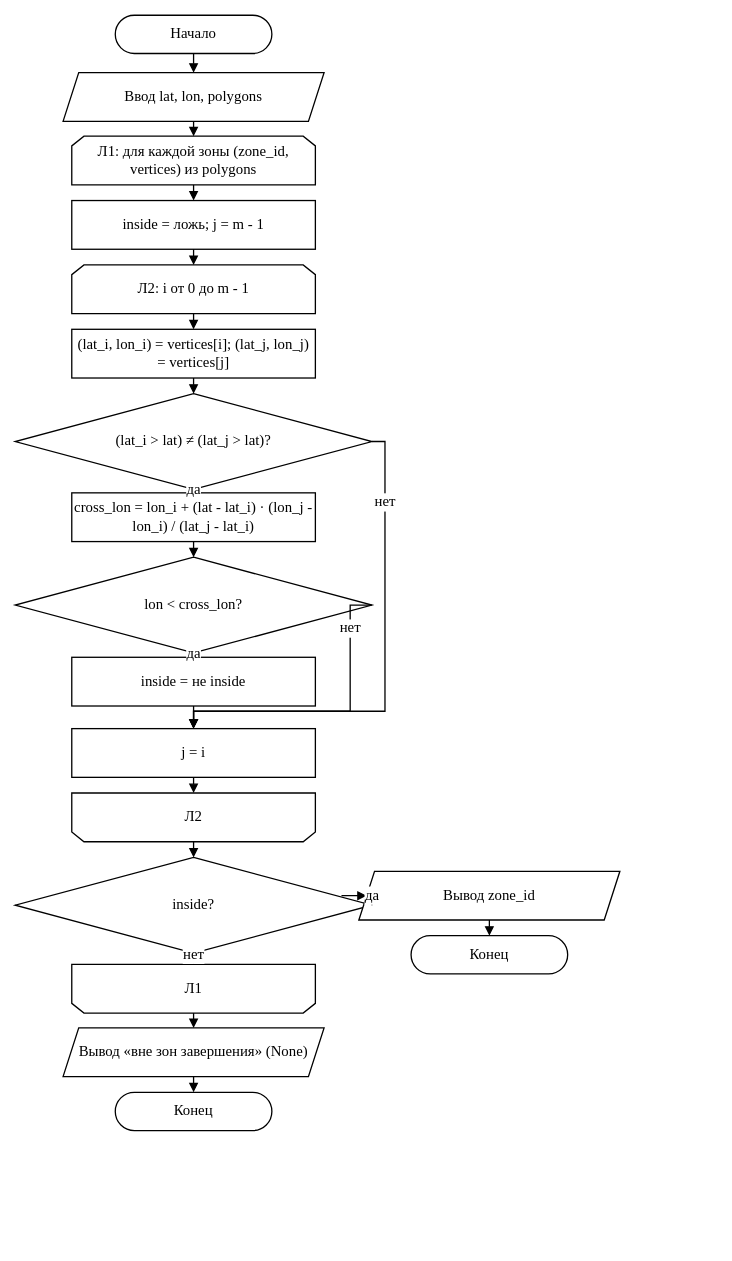
Above: models/algo_1.drawio in K1rL3s/mirea-ucheb-prak (draw.io), before the change. Source tidied: cells renumbered, new cells numbered last; positions are measured from the earlier drawing's top-left corner, leaving out a move shared by most shapes. Both pictures are drawn from the tidied source at 87%, with x=0, y=0 at pixel (15, 15).
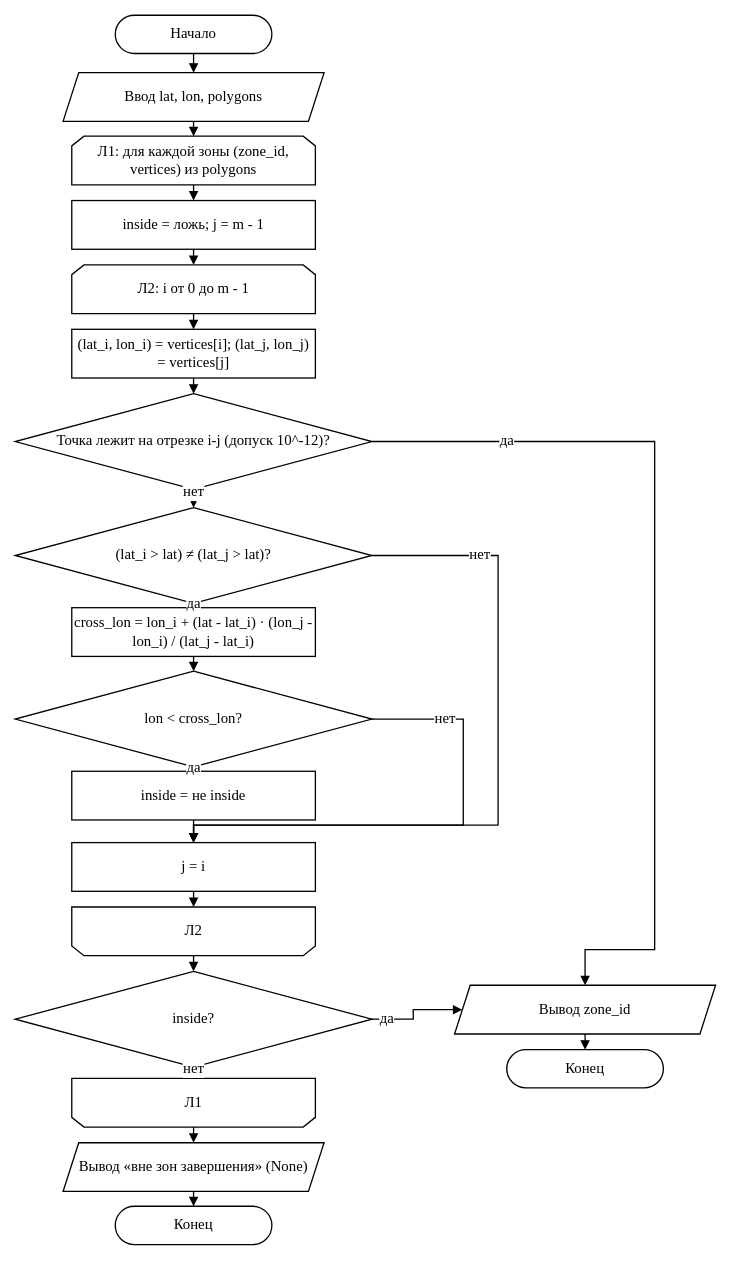
After the change.

The change refers to these unchanged cells:
```xml
<mxCell id="7" value="(lat_i, lon_i) = vertices[i]; (lat_j, lon_j) = vertices[j]" style="rounded=0;whiteSpace=wrap;html=1;fontSize=17;fontFamily=Times New Roman;strokeWidth=1.5;" parent="1" vertex="1">
  <mxGeometry x="65" y="361" width="280" height="56" as="geometry" />
</mxCell>
```

The edit, as a diff of the source:
```diff
@@
+    <mxCell id="39" value="Точка лежит на отрезке i-j (допуск 10^-12)?" style="rhombus;whiteSpace=wrap;html=1;fontSize=17;fontFamily=Times New Roman;strokeWidth=1.5;" parent="1" vertex="1">
+      <mxGeometry y="435" width="410" height="110" as="geometry" />
+    </mxCell>
     <mxCell id="8" value="(lat_i &amp;gt; lat) ≠ (lat_j &amp;gt; lat)?" style="rhombus;whiteSpace=wrap;html=1;fontSize=17;fontFamily=Times New Roman;strokeWidth=1.5;" parent="1" vertex="1">
-      <mxGeometry y="435" width="410" height="110" as="geometry" />
+      <mxGeometry y="566" width="410" height="110" as="geometry" />
     </mxCell>
     <mxCell id="9" value="cross_lon = lon_i + (lat - lat_i) · (lon_j - lon_i) / (lat_j - lat_i)" style="rounded=0;whiteSpace=wrap;html=1;fontSize=17;fontFamily=Times New Roman;strokeWidth=1.5;" parent="1" vertex="1">
-      <mxGeometry x="65" y="549" width="280" height="56" as="geometry" />
+      <mxGeometry x="65" y="681" width="280" height="56" as="geometry" />
     </mxCell>
     <mxCell id="10" value="lon &amp;lt; cross_lon?" style="rhombus;whiteSpace=wrap;html=1;fontSize=17;fontFamily=Times New Roman;strokeWidth=1.5;" parent="1" vertex="1">
-      <mxGeometry y="623" width="410" height="110" as="geometry" />
+      <mxGeometry y="754" width="410" height="110" as="geometry" />
     </mxCell>
     <mxCell id="11" value="inside = не inside" style="rounded=0;whiteSpace=wrap;html=1;fontSize=17;fontFamily=Times New Roman;strokeWidth=1.5;" parent="1" vertex="1">
-      <mxGeometry x="65" y="738" width="280" height="56" as="geometry" />
+      <mxGeometry x="65" y="869" width="280" height="56" as="geometry" />
     </mxCell>
     <mxCell id="12" value="j = i" style="rounded=0;whiteSpace=wrap;html=1;fontSize=17;fontFamily=Times New Roman;strokeWidth=1.5;" parent="1" vertex="1">
-      <mxGeometry x="65" y="820" width="280" height="56" as="geometry" />
+      <mxGeometry x="65" y="951" width="280" height="56" as="geometry" />
     </mxCell>
     <mxCell id="13" value="Л2" style="shape=loopLimit;whiteSpace=wrap;html=1;size=14;flipV=1;fontSize=17;fontFamily=Times New Roman;strokeWidth=1.5;" parent="1" vertex="1">
-      <mxGeometry x="65" y="894" width="280" height="56" as="geometry" />
+      <mxGeometry x="65" y="1025" width="280" height="56" as="geometry" />
     </mxCell>
     <mxCell id="14" value="inside?" style="rhombus;whiteSpace=wrap;html=1;fontSize=17;fontFamily=Times New Roman;strokeWidth=1.5;" parent="1" vertex="1">
-      <mxGeometry y="968" width="410" height="110" as="geometry" />
+      <mxGeometry y="1099" width="410" height="110" as="geometry" />
     </mxCell>
     <mxCell id="15" value="Вывод zone_id" style="shape=parallelogram;perimeter=parallelogramPerimeter;fixedSize=1;size=18;whiteSpace=wrap;html=1;fontSize=17;fontFamily=Times New Roman;strokeWidth=1.5;" parent="1" vertex="1">
-      <mxGeometry x="395" y="984" width="300" height="56" as="geometry" />
+      <mxGeometry x="505" y="1115" width="300" height="56" as="geometry" />
     </mxCell>
     <mxCell id="16" value="Конец" style="rounded=1;arcSize=50;whiteSpace=wrap;html=1;fontSize=17;fontFamily=Times New Roman;strokeWidth=1.5;" parent="1" vertex="1">
-      <mxGeometry x="455" y="1058" width="180" height="44" as="geometry" />
+      <mxGeometry x="565" y="1189" width="180" height="44" as="geometry" />
     </mxCell>
     <mxCell id="17" value="Л1" style="shape=loopLimit;whiteSpace=wrap;html=1;size=14;flipV=1;fontSize=17;fontFamily=Times New Roman;strokeWidth=1.5;" parent="1" vertex="1">
-      <mxGeometry x="65" y="1091" width="280" height="56" as="geometry" />
+      <mxGeometry x="65" y="1222" width="280" height="56" as="geometry" />
     </mxCell>
     <mxCell id="18" value="Вывод «вне зон завершения» (None)" style="shape=parallelogram;perimeter=parallelogramPerimeter;fixedSize=1;size=18;whiteSpace=wrap;html=1;fontSize=17;fontFamily=Times New Roman;strokeWidth=1.5;" parent="1" vertex="1">
-      <mxGeometry x="55" y="1164" width="300" height="56" as="geometry" />
+      <mxGeometry x="55" y="1296" width="300" height="56" as="geometry" />
     </mxCell>
     <mxCell id="19" value="Конец" style="rounded=1;arcSize=50;whiteSpace=wrap;html=1;fontSize=17;fontFamily=Times New Roman;strokeWidth=1.5;" parent="1" vertex="1">
-      <mxGeometry x="115" y="1238" width="180" height="44" as="geometry" />
+      <mxGeometry x="115" y="1369" width="180" height="44" as="geometry" />
     </mxCell>
@@
-    <mxCell id="25" style="edgeStyle=orthogonalEdgeStyle;rounded=0;html=1;endArrow=block;endFill=1;endSize=7;strokeWidth=1.5;fontSize=17;fontFamily=Times New Roman;exitX=0.5;exitY=1;exitDx=0;exitDy=0;entryX=0.5;entryY=0;entryDx=0;entryDy=0;labelBackgroundColor=#ffffff;" parent="1" edge="1" source="7" target="8">
+    <mxCell id="25" style="edgeStyle=orthogonalEdgeStyle;rounded=0;html=1;endArrow=block;endFill=1;endSize=7;strokeWidth=1.5;fontSize=17;fontFamily=Times New Roman;exitX=0.5;exitY=1;exitDx=0;exitDy=0;entryX=0.5;entryY=0;entryDx=0;entryDy=0;labelBackgroundColor=#ffffff;" parent="1" edge="1" source="7" target="39">
       <mxGeometry x="-0.7" relative="1" as="geometry" />
     </mxCell>
-    <mxCell id="26" value="да" style="edgeStyle=orthogonalEdgeStyle;rounded=0;html=1;endArrow=block;endFill=1;endSize=7;strokeWidth=1.5;fontSize=17;fontFamily=Times New Roman;exitX=0.5;exitY=1;exitDx=0;exitDy=0;entryX=0.5;entryY=0;entryDx=0;entryDy=0;labelBackgroundColor=#ffffff;" parent="1" edge="1" source="8" target="9">
+    <mxCell id="26" value="нет" style="edgeStyle=orthogonalEdgeStyle;rounded=0;html=1;endArrow=block;endFill=1;endSize=7;strokeWidth=1.5;fontSize=17;fontFamily=Times New Roman;exitX=0.5;exitY=1;exitDx=0;exitDy=0;entryX=0.5;entryY=0;entryDx=0;entryDy=0;labelBackgroundColor=#ffffff;" parent="1" edge="1" source="39" target="8">
       <mxGeometry x="-0.7" relative="1" as="geometry" />
     </mxCell>
-    <mxCell id="27" style="edgeStyle=orthogonalEdgeStyle;rounded=0;html=1;endArrow=block;endFill=1;endSize=7;strokeWidth=1.5;fontSize=17;fontFamily=Times New Roman;exitX=0.5;exitY=1;exitDx=0;exitDy=0;entryX=0.5;entryY=0;entryDx=0;entryDy=0;labelBackgroundColor=#ffffff;" parent="1" edge="1" source="9" target="10">
-      <mxGeometry x="-0.7" relative="1" as="geometry" />
+    <mxCell id="27" value="да" style="edgeStyle=orthogonalEdgeStyle;rounded=0;html=1;endArrow=block;endFill=1;endSize=7;strokeWidth=1.5;fontSize=17;fontFamily=Times New Roman;exitX=1;exitY=0.5;exitDx=0;exitDy=0;entryX=0.5;entryY=0;entryDx=0;entryDy=0;labelBackgroundColor=#ffffff;" parent="1" edge="1" source="39" target="15">
+      <mxGeometry x="-0.7" relative="1" as="geometry">
+        <Array as="points">
+          <mxPoint x="735" y="490" />
+          <mxPoint x="735" y="1074" />
+          <mxPoint x="655" y="1074" />
+        </Array>
+      </mxGeometry>
     </mxCell>
-    <mxCell id="28" value="да" style="edgeStyle=orthogonalEdgeStyle;rounded=0;html=1;endArrow=block;endFill=1;endSize=7;strokeWidth=1.5;fontSize=17;fontFamily=Times New Roman;exitX=0.5;exitY=1;exitDx=0;exitDy=0;entryX=0.5;entryY=0;entryDx=0;entryDy=0;labelBackgroundColor=#ffffff;" parent="1" edge="1" source="10" target="11">
+    <mxCell id="28" value="да" style="edgeStyle=orthogonalEdgeStyle;rounded=0;html=1;endArrow=block;endFill=1;endSize=7;strokeWidth=1.5;fontSize=17;fontFamily=Times New Roman;exitX=0.5;exitY=1;exitDx=0;exitDy=0;entryX=0.5;entryY=0;entryDx=0;entryDy=0;labelBackgroundColor=#ffffff;" parent="1" edge="1" source="8" target="9">
       <mxGeometry x="-0.7" relative="1" as="geometry" />
     </mxCell>
-    <mxCell id="29" style="edgeStyle=orthogonalEdgeStyle;rounded=0;html=1;endArrow=block;endFill=1;endSize=7;strokeWidth=1.5;fontSize=17;fontFamily=Times New Roman;exitX=0.5;exitY=1;exitDx=0;exitDy=0;entryX=0.5;entryY=0;entryDx=0;entryDy=0;labelBackgroundColor=#ffffff;" parent="1" edge="1" source="11" target="12">
+    <mxCell id="29" style="edgeStyle=orthogonalEdgeStyle;rounded=0;html=1;endArrow=block;endFill=1;endSize=7;strokeWidth=1.5;fontSize=17;fontFamily=Times New Roman;exitX=0.5;exitY=1;exitDx=0;exitDy=0;entryX=0.5;entryY=0;entryDx=0;entryDy=0;labelBackgroundColor=#ffffff;" parent="1" edge="1" source="9" target="10">
       <mxGeometry x="-0.7" relative="1" as="geometry" />
     </mxCell>
-    <mxCell id="30" value="нет" style="edgeStyle=orthogonalEdgeStyle;rounded=0;html=1;endArrow=block;endFill=1;endSize=7;strokeWidth=1.5;fontSize=17;fontFamily=Times New Roman;exitX=1;exitY=0.5;exitDx=0;exitDy=0;entryX=0.5;entryY=0;entryDx=0;entryDy=0;labelBackgroundColor=#ffffff;" parent="1" edge="1" source="8" target="12">
-      <mxGeometry x="-0.7" relative="1" as="geometry">
-        <Array as="points">
-          <mxPoint x="425" y="490" />
-          <mxPoint x="425" y="800" />
-          <mxPoint x="205" y="800" />
-        </Array>
-      </mxGeometry>
+    <mxCell id="30" value="да" style="edgeStyle=orthogonalEdgeStyle;rounded=0;html=1;endArrow=block;endFill=1;endSize=7;strokeWidth=1.5;fontSize=17;fontFamily=Times New Roman;exitX=0.5;exitY=1;exitDx=0;exitDy=0;entryX=0.5;entryY=0;entryDx=0;entryDy=0;labelBackgroundColor=#ffffff;" parent="1" edge="1" source="10" target="11">
+      <mxGeometry x="-0.7" relative="1" as="geometry" />
     </mxCell>
-    <mxCell id="31" value="нет" style="edgeStyle=orthogonalEdgeStyle;rounded=0;html=1;endArrow=block;endFill=1;endSize=7;strokeWidth=1.5;fontSize=17;fontFamily=Times New Roman;exitX=1;exitY=0.5;exitDx=0;exitDy=0;entryX=0.5;entryY=0;entryDx=0;entryDy=0;labelBackgroundColor=#ffffff;" parent="1" edge="1" source="10" target="12">
-      <mxGeometry x="-0.7" relative="1" as="geometry">
-        <Array as="points">
-          <mxPoint x="385" y="678" />
-          <mxPoint x="385" y="800" />
-          <mxPoint x="205" y="800" />
-        </Array>
-      </mxGeometry>
+    <mxCell id="31" style="edgeStyle=orthogonalEdgeStyle;rounded=0;html=1;endArrow=block;endFill=1;endSize=7;strokeWidth=1.5;fontSize=17;fontFamily=Times New Roman;exitX=0.5;exitY=1;exitDx=0;exitDy=0;entryX=0.5;entryY=0;entryDx=0;entryDy=0;labelBackgroundColor=#ffffff;" parent="1" edge="1" source="11" target="12">
+      <mxGeometry x="-0.7" relative="1" as="geometry" />
     </mxCell>
-    <mxCell id="32" style="edgeStyle=orthogonalEdgeStyle;rounded=0;html=1;endArrow=block;endFill=1;endSize=7;strokeWidth=1.5;fontSize=17;fontFamily=Times New Roman;exitX=0.5;exitY=1;exitDx=0;exitDy=0;entryX=0.5;entryY=0;entryDx=0;entryDy=0;labelBackgroundColor=#ffffff;" parent="1" edge="1" source="12" target="13">
-      <mxGeometry x="-0.7" relative="1" as="geometry" />
+    <mxCell id="32" value="нет" style="edgeStyle=orthogonalEdgeStyle;rounded=0;html=1;endArrow=block;endFill=1;endSize=7;strokeWidth=1.5;fontSize=17;fontFamily=Times New Roman;exitX=1;exitY=0.5;exitDx=0;exitDy=0;entryX=0.5;entryY=0;entryDx=0;entryDy=0;labelBackgroundColor=#ffffff;" parent="1" edge="1" source="8" target="12">
+      <mxGeometry x="-0.7" relative="1" as="geometry">
+        <Array as="points">
+          <mxPoint x="555" y="621" />
+          <mxPoint x="555" y="931" />
+          <mxPoint x="205" y="931" />
+        </Array>
+      </mxGeometry>
     </mxCell>
-    <mxCell id="33" style="edgeStyle=orthogonalEdgeStyle;rounded=0;html=1;endArrow=block;endFill=1;endSize=7;strokeWidth=1.5;fontSize=17;fontFamily=Times New Roman;exitX=0.5;exitY=1;exitDx=0;exitDy=0;entryX=0.5;entryY=0;entryDx=0;entryDy=0;labelBackgroundColor=#ffffff;" parent="1" edge="1" source="13" target="14">
-      <mxGeometry x="-0.7" relative="1" as="geometry" />
+    <mxCell id="33" value="нет" style="edgeStyle=orthogonalEdgeStyle;rounded=0;html=1;endArrow=block;endFill=1;endSize=7;strokeWidth=1.5;fontSize=17;fontFamily=Times New Roman;exitX=1;exitY=0.5;exitDx=0;exitDy=0;entryX=0.5;entryY=0;entryDx=0;entryDy=0;labelBackgroundColor=#ffffff;" parent="1" edge="1" source="10" target="12">
+      <mxGeometry x="-0.7" relative="1" as="geometry">
+        <Array as="points">
+          <mxPoint x="515" y="809" />
+          <mxPoint x="515" y="931" />
+          <mxPoint x="205" y="931" />
+        </Array>
+      </mxGeometry>
     </mxCell>
-    <mxCell id="34" value="да" style="edgeStyle=orthogonalEdgeStyle;rounded=0;html=1;endArrow=block;endFill=1;endSize=7;strokeWidth=1.5;fontSize=17;fontFamily=Times New Roman;exitX=1;exitY=0.5;exitDx=0;exitDy=0;entryX=0;entryY=0.5;entryDx=0;entryDy=0;labelBackgroundColor=#ffffff;" parent="1" edge="1" source="14" target="15">
-      <mxGeometry x="-0.7" relative="1" as="geometry">
-        <Array as="points">
-          <mxPoint x="375" y="1012" />
-          <mxPoint x="375" y="1012" />
-        </Array>
-      </mxGeometry>
+    <mxCell id="34" style="edgeStyle=orthogonalEdgeStyle;rounded=0;html=1;endArrow=block;endFill=1;endSize=7;strokeWidth=1.5;fontSize=17;fontFamily=Times New Roman;exitX=0.5;exitY=1;exitDx=0;exitDy=0;entryX=0.5;entryY=0;entryDx=0;entryDy=0;labelBackgroundColor=#ffffff;" parent="1" edge="1" source="12" target="13">
+      <mxGeometry x="-0.7" relative="1" as="geometry" />
     </mxCell>
-    <mxCell id="35" style="edgeStyle=orthogonalEdgeStyle;rounded=0;html=1;endArrow=block;endFill=1;endSize=7;strokeWidth=1.5;fontSize=17;fontFamily=Times New Roman;exitX=0.5;exitY=1;exitDx=0;exitDy=0;entryX=0.5;entryY=0;entryDx=0;entryDy=0;labelBackgroundColor=#ffffff;" parent="1" edge="1" source="15" target="16">
+    <mxCell id="35" style="edgeStyle=orthogonalEdgeStyle;rounded=0;html=1;endArrow=block;endFill=1;endSize=7;strokeWidth=1.5;fontSize=17;fontFamily=Times New Roman;exitX=0.5;exitY=1;exitDx=0;exitDy=0;entryX=0.5;entryY=0;entryDx=0;entryDy=0;labelBackgroundColor=#ffffff;" parent="1" edge="1" source="13" target="14">
       <mxGeometry x="-0.7" relative="1" as="geometry" />
     </mxCell>
-    <mxCell id="36" value="нет" style="edgeStyle=orthogonalEdgeStyle;rounded=0;html=1;endArrow=block;endFill=1;endSize=7;strokeWidth=1.5;fontSize=17;fontFamily=Times New Roman;exitX=0.5;exitY=1;exitDx=0;exitDy=0;entryX=0.5;entryY=0;entryDx=0;entryDy=0;labelBackgroundColor=#ffffff;" parent="1" edge="1" source="14" target="17">
+    <mxCell id="36" value="да" style="edgeStyle=orthogonalEdgeStyle;rounded=0;html=1;endArrow=block;endFill=1;endSize=7;strokeWidth=1.5;fontSize=17;fontFamily=Times New Roman;exitX=1;exitY=0.5;exitDx=0;exitDy=0;entryX=0;entryY=0.5;entryDx=0;entryDy=0;labelBackgroundColor=#ffffff;" parent="1" edge="1" source="14" target="15">
       <mxGeometry x="-0.7" relative="1" as="geometry" />
     </mxCell>
-    <mxCell id="37" style="edgeStyle=orthogonalEdgeStyle;rounded=0;html=1;endArrow=block;endFill=1;endSize=7;strokeWidth=1.5;fontSize=17;fontFamily=Times New Roman;exitX=0.5;exitY=1;exitDx=0;exitDy=0;entryX=0.5;entryY=0;entryDx=0;entryDy=0;labelBackgroundColor=#ffffff;" parent="1" edge="1" source="17" target="18">
+    <mxCell id="37" style="edgeStyle=orthogonalEdgeStyle;rounded=0;html=1;endArrow=block;endFill=1;endSize=7;strokeWidth=1.5;fontSize=17;fontFamily=Times New Roman;exitX=0.5;exitY=1;exitDx=0;exitDy=0;entryX=0.5;entryY=0;entryDx=0;entryDy=0;labelBackgroundColor=#ffffff;" parent="1" edge="1" source="15" target="16">
       <mxGeometry x="-0.7" relative="1" as="geometry" />
     </mxCell>
-    <mxCell id="38" style="edgeStyle=orthogonalEdgeStyle;rounded=0;html=1;endArrow=block;endFill=1;endSize=7;strokeWidth=1.5;fontSize=17;fontFamily=Times New Roman;exitX=0.5;exitY=1;exitDx=0;exitDy=0;entryX=0.5;entryY=0;entryDx=0;entryDy=0;labelBackgroundColor=#ffffff;" parent="1" edge="1" source="18" target="19">
+    <mxCell id="38" value="нет" style="edgeStyle=orthogonalEdgeStyle;rounded=0;html=1;endArrow=block;endFill=1;endSize=7;strokeWidth=1.5;fontSize=17;fontFamily=Times New Roman;exitX=0.5;exitY=1;exitDx=0;exitDy=0;entryX=0.5;entryY=0;entryDx=0;entryDy=0;labelBackgroundColor=#ffffff;" parent="1" edge="1" source="14" target="17">
       <mxGeometry x="-0.7" relative="1" as="geometry" />
     </mxCell>
+    <mxCell id="40" style="edgeStyle=orthogonalEdgeStyle;rounded=0;html=1;endArrow=block;endFill=1;endSize=7;strokeWidth=1.5;fontSize=17;fontFamily=Times New Roman;exitX=0.5;exitY=1;exitDx=0;exitDy=0;entryX=0.5;entryY=0;entryDx=0;entryDy=0;labelBackgroundColor=#ffffff;" parent="1" edge="1" source="17" target="18">
+      <mxGeometry x="-0.7" relative="1" as="geometry" />
+    </mxCell>
+    <mxCell id="41" style="edgeStyle=orthogonalEdgeStyle;rounded=0;html=1;endArrow=block;endFill=1;endSize=7;strokeWidth=1.5;fontSize=17;fontFamily=Times New Roman;exitX=0.5;exitY=1;exitDx=0;exitDy=0;entryX=0.5;entryY=0;entryDx=0;entryDy=0;labelBackgroundColor=#ffffff;" parent="1" edge="1" source="18" target="19">
+      <mxGeometry x="-0.7" relative="1" as="geometry" />
+    </mxCell>
```
